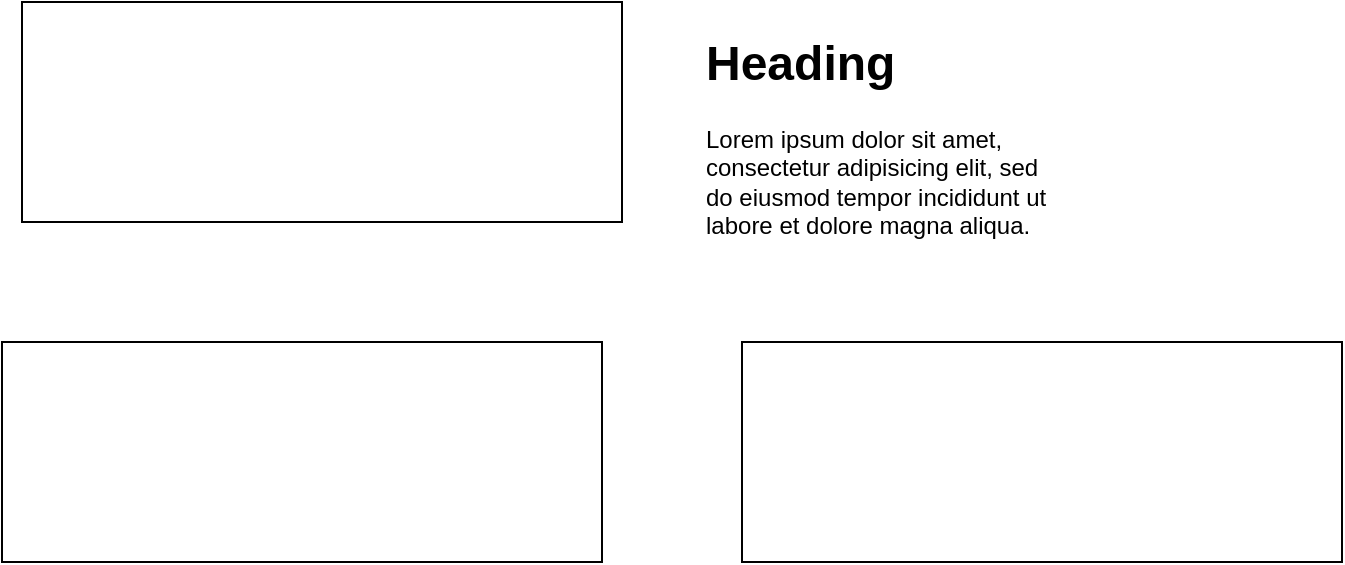
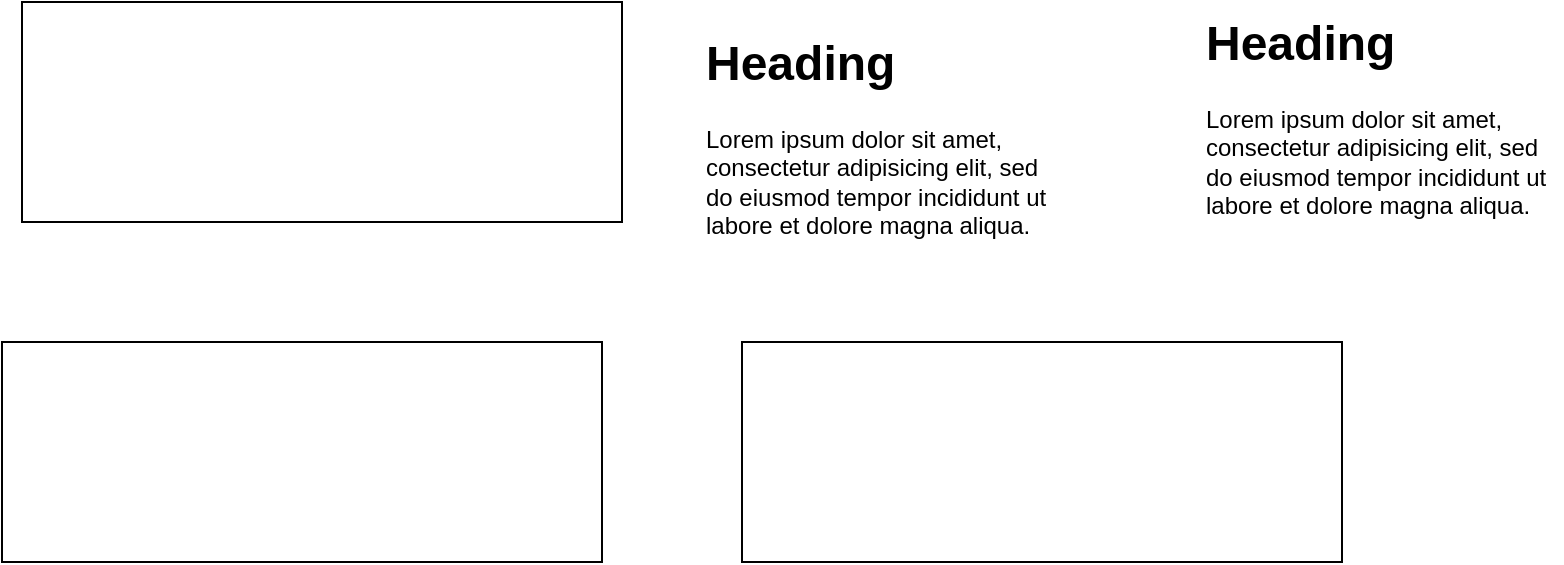
- <mxfile host="app.diagrams.net" agent="Mozilla/5.0 (Macintosh; Intel Mac OS X 10_15_7) AppleWebKit/537.36 (KHTML, like Gecko) Chrome/147.0.0.0 Safari/537.36" version="28.2.0">
+ <mxfile host="localhost" agent="Mozilla/5.0 (Macintosh; Intel Mac OS X 10_15_7) AppleWebKit/537.36 (KHTML, like Gecko) Chrome/147.0.0.0 Safari/537.36">
  <diagram name="Página-1" id="PpJXZ58JPKweFJ5g2vKQ">
-     <mxGraphModel dx="1042" dy="509" grid="1" gridSize="10" guides="1" tooltips="1" connect="1" arrows="1" fold="1" page="1" pageScale="1" pageWidth="827" pageHeight="1169" math="0" shadow="0">
+     <mxGraphModel dx="1479" dy="635" grid="1" gridSize="10" guides="1" tooltips="1" connect="1" arrows="1" fold="1" page="1" pageScale="1" pageWidth="827" pageHeight="1169" math="0" shadow="0">
      <root>
        <mxCell id="0" />
        <mxCell id="1" parent="0" />
-         <mxCell id="0c2okGh_P4Jde1He3tue-1" value="" style="rounded=0;whiteSpace=wrap;html=1;" vertex="1" parent="1">
-           <mxGeometry x="180" y="120" width="300" height="110" as="geometry" />
+         <mxCell id="0c2okGh_P4Jde1He3tue-1" parent="1" style="rounded=0;whiteSpace=wrap;html=1;" value="" vertex="1">
+           <mxGeometry height="110" width="300" x="180" y="120" as="geometry" />
        </mxCell>
-         <mxCell id="0c2okGh_P4Jde1He3tue-2" value="" style="rounded=0;whiteSpace=wrap;html=1;" vertex="1" parent="1">
-           <mxGeometry x="170" y="290" width="300" height="110" as="geometry" />
+         <mxCell id="0c2okGh_P4Jde1He3tue-2" parent="1" style="rounded=0;whiteSpace=wrap;html=1;" value="" vertex="1">
+           <mxGeometry height="110" width="300" x="170" y="290" as="geometry" />
        </mxCell>
-         <mxCell id="0c2okGh_P4Jde1He3tue-3" value="&lt;h1 style=&quot;margin-top: 0px;&quot;&gt;Heading&lt;/h1&gt;&lt;p&gt;Lorem ipsum dolor sit amet, consectetur adipisicing elit, sed do eiusmod tempor incididunt ut labore et dolore magna aliqua.&lt;/p&gt;" style="text;html=1;whiteSpace=wrap;overflow=hidden;rounded=0;" vertex="1" parent="1">
-           <mxGeometry x="520" y="130" width="180" height="120" as="geometry" />
+         <mxCell id="0c2okGh_P4Jde1He3tue-3" parent="1" style="text;html=1;whiteSpace=wrap;overflow=hidden;rounded=0;" value="&lt;h1 style=&quot;margin-top: 0px;&quot;&gt;Heading&lt;/h1&gt;&lt;p&gt;Lorem ipsum dolor sit amet, consectetur adipisicing elit, sed do eiusmod tempor incididunt ut labore et dolore magna aliqua.&lt;/p&gt;" vertex="1">
+           <mxGeometry height="120" width="180" x="520" y="130" as="geometry" />
        </mxCell>
-         <mxCell id="0c2okGh_P4Jde1He3tue-4" value="" style="rounded=0;whiteSpace=wrap;html=1;" vertex="1" parent="1">
-           <mxGeometry x="540" y="290" width="300" height="110" as="geometry" />
+         <mxCell id="0c2okGh_P4Jde1He3tue-4" parent="1" style="rounded=0;whiteSpace=wrap;html=1;" value="" vertex="1">
+           <mxGeometry height="110" width="300" x="540" y="290" as="geometry" />
+         </mxCell>
+         <mxCell id="AVF8oEmGqcoMN1feT7gT-1" parent="1" style="text;html=1;whiteSpace=wrap;overflow=hidden;rounded=0;" value="&lt;h1 style=&quot;margin-top: 0px;&quot;&gt;Heading&lt;/h1&gt;&lt;p&gt;Lorem ipsum dolor sit amet, consectetur adipisicing elit, sed do eiusmod tempor incididunt ut labore et dolore magna aliqua.&lt;/p&gt;" vertex="1">
+           <mxGeometry height="120" width="180" x="770" y="120" as="geometry" />
        </mxCell>
      </root>
    </mxGraphModel>
  </diagram>
</mxfile>
